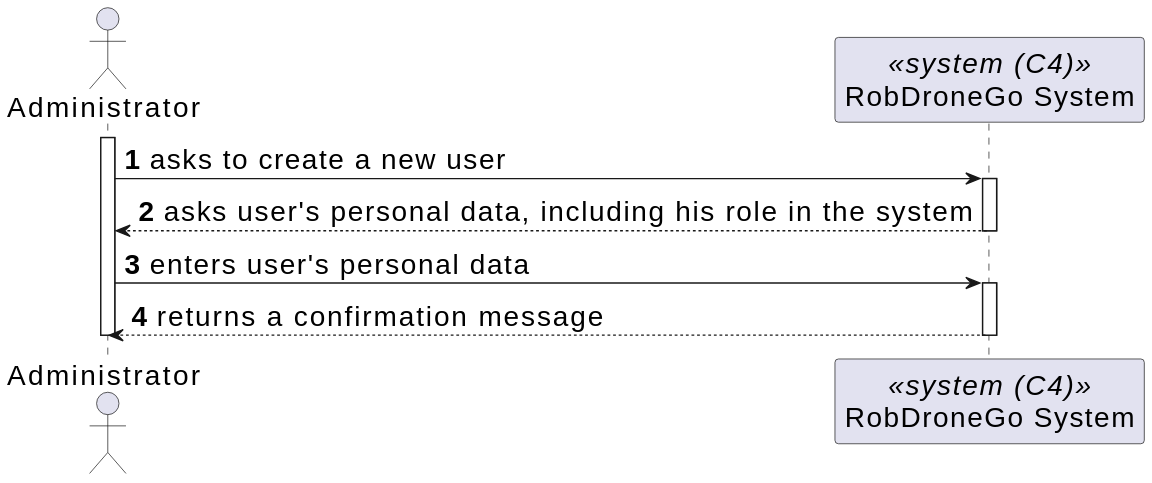
This is _wiki/sprint-c/us-80/views/level-1/assets/process-view.svg from miseEnPlace-dev/lapr5, a PlantUML export, as it was before one commit.
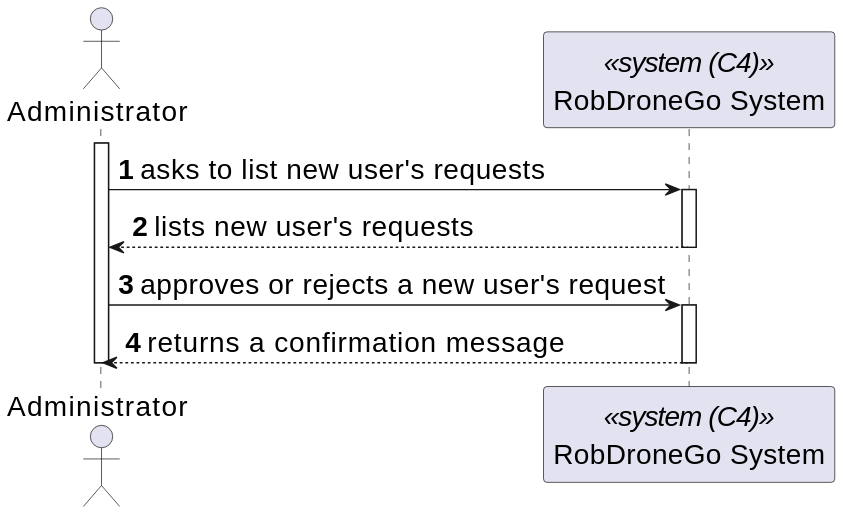
Above is the later version.

Diff of the diagram source:
```diff
@@ -7,12 +7,12 @@
 
 activate ADM
 
-ADM -> SYS : asks to create a new user
+ADM -> SYS : asks to list new user's requests
 activate SYS
-ADM <-- SYS : asks user's personal data, including his role in the system
+ADM <-- SYS : lists new user's requests
 deactivate SYS
 
-ADM -> SYS : enters user's personal data
+ADM -> SYS : approves or rejects a new user's request
 activate SYS
 
 ADM <-- SYS : returns a confirmation message
```
